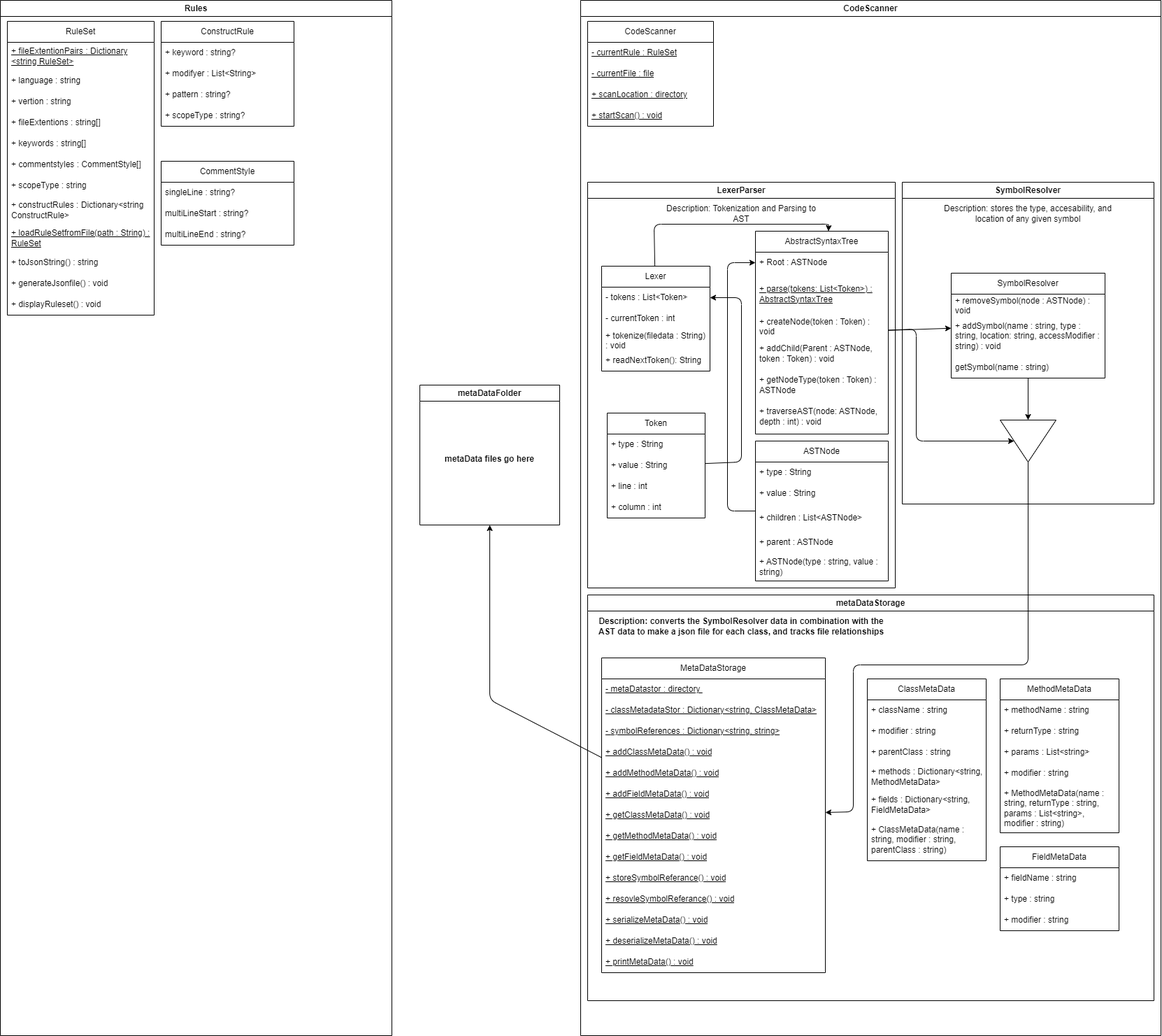
This is Diagram.drawio.png from ErikBarker/UML-Generator, a draw.io export, as it was before one commit. Source tidied: cells renumbered, new cells last; positions are measured from the earlier drawing's top-left corner, leaving out a move shared by most shapes.
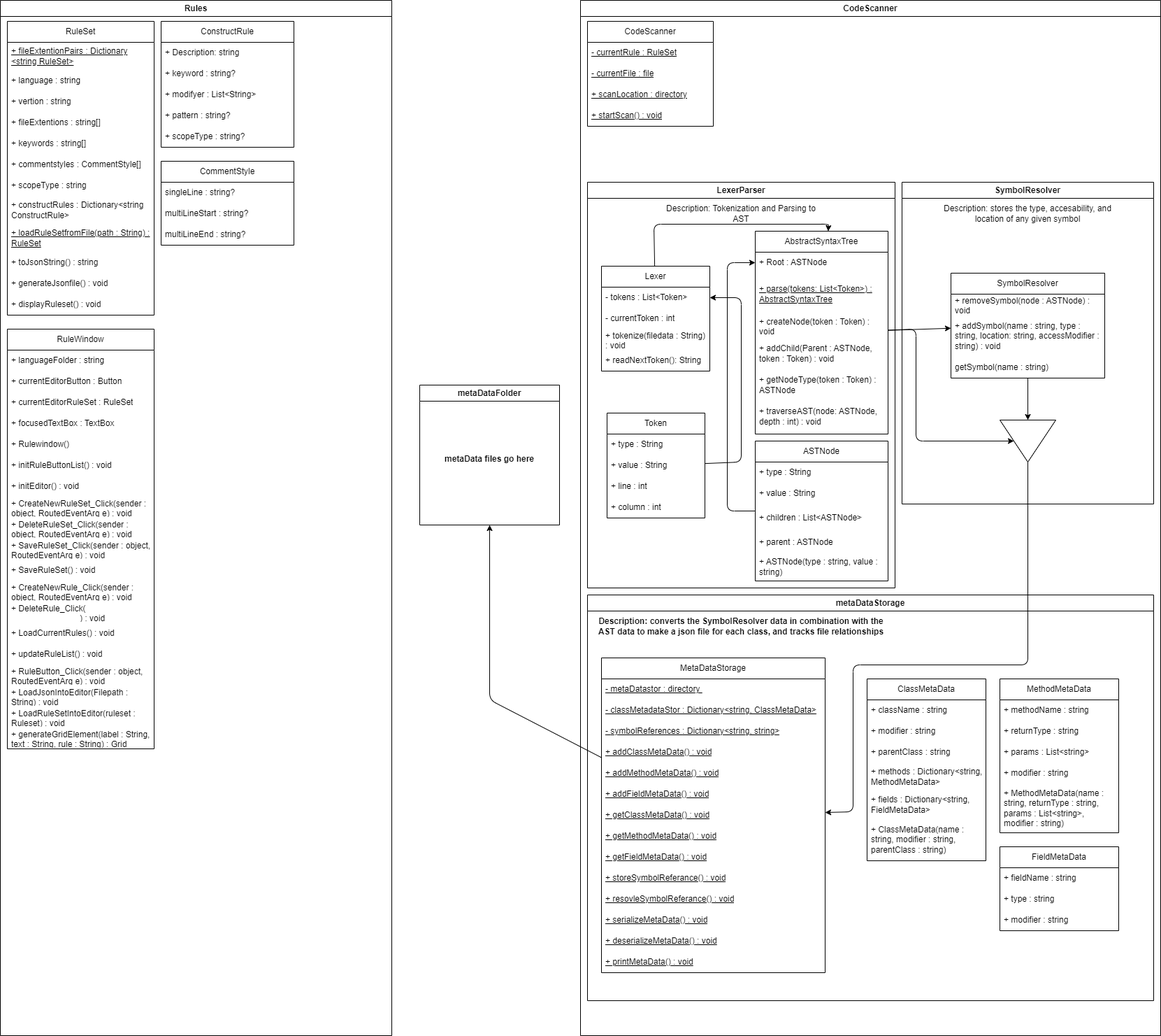
After the change.

Change to the diagram source:
```diff
@@ -321,19 +321,22 @@
       <mxGeometry y="390" width="210" height="30" as="geometry" />
     </mxCell>
     <mxCell id="98" value="ConstructRule" style="swimlane;fontStyle=0;horizontal=1;startSize=30;whiteSpace=wrap;html=1;" parent="84" vertex="1">
-      <mxGeometry x="230" y="30" width="190" height="150" as="geometry" />
+      <mxGeometry x="230" y="30" width="190" height="180" as="geometry" />
     </mxCell>
-    <mxCell id="99" value="+ keyword : string?" style="text;strokeColor=none;fillColor=none;align=left;verticalAlign=middle;spacingLeft=4;spacingRight=4;overflow=hidden;whiteSpace=wrap;html=1;" parent="98" vertex="1">
+    <mxCell id="99" value="+ Description: string" style="text;strokeColor=none;fillColor=none;align=left;verticalAlign=middle;spacingLeft=4;spacingRight=4;overflow=hidden;whiteSpace=wrap;html=1;" parent="98" vertex="1">
       <mxGeometry y="30" width="190" height="30" as="geometry" />
     </mxCell>
+    <mxCell id="107" value="+ keyword : string?" style="text;strokeColor=none;fillColor=none;align=left;verticalAlign=middle;spacingLeft=4;spacingRight=4;overflow=hidden;whiteSpace=wrap;html=1;" parent="98" vertex="1">
+      <mxGeometry y="60" width="190" height="30" as="geometry" />
+    </mxCell>
     <mxCell id="100" value="+ modifyer : List&amp;lt;String&amp;gt;" style="text;strokeColor=none;fillColor=none;align=left;verticalAlign=middle;spacingLeft=4;spacingRight=4;overflow=hidden;whiteSpace=wrap;html=1;" parent="98" vertex="1">
-      <mxGeometry y="60" width="190" height="30" as="geometry" />
+      <mxGeometry y="90" width="190" height="30" as="geometry" />
     </mxCell>
     <mxCell id="101" value="+ pattern : string?" style="text;strokeColor=none;fillColor=none;align=left;verticalAlign=middle;spacingLeft=4;spacingRight=4;overflow=hidden;whiteSpace=wrap;html=1;" parent="98" vertex="1">
-      <mxGeometry y="90" width="190" height="30" as="geometry" />
+      <mxGeometry y="120" width="190" height="30" as="geometry" />
     </mxCell>
     <mxCell id="102" value="+ scopeType : string?" style="text;strokeColor=none;fillColor=none;align=left;verticalAlign=middle;spacingLeft=4;spacingRight=4;overflow=hidden;whiteSpace=wrap;html=1;" parent="98" vertex="1">
-      <mxGeometry y="120" width="190" height="30" as="geometry" />
+      <mxGeometry y="150" width="190" height="30" as="geometry" />
     </mxCell>
     <mxCell id="103" value="CommentStyle" style="swimlane;fontStyle=0;horizontal=1;startSize=30;whiteSpace=wrap;html=1;" parent="84" vertex="1">
       <mxGeometry x="230" y="230" width="190" height="120" as="geometry" />
@@ -347,5 +350,65 @@
     <mxCell id="106" value="multiLineEnd : string?" style="text;strokeColor=none;fillColor=none;align=left;verticalAlign=middle;spacingLeft=4;spacingRight=4;overflow=hidden;whiteSpace=wrap;html=1;" parent="103" vertex="1">
       <mxGeometry y="90" width="190" height="30" as="geometry" />
     </mxCell>
+    <mxCell id="108" value="RuleWindow" style="swimlane;fontStyle=0;horizontal=1;startSize=30;whiteSpace=wrap;html=1;" parent="84" vertex="1">
+      <mxGeometry x="10" y="470" width="210" height="600" as="geometry" />
+    </mxCell>
+    <mxCell id="109" value="+ languageFolder : string" style="text;strokeColor=none;fillColor=none;align=left;verticalAlign=middle;spacingLeft=4;spacingRight=4;overflow=hidden;whiteSpace=wrap;html=1;" parent="108" vertex="1">
+      <mxGeometry y="30" width="210" height="30" as="geometry" />
+    </mxCell>
+    <mxCell id="110" value="+ currentEditorButton : Button" style="text;strokeColor=none;fillColor=none;align=left;verticalAlign=middle;spacingLeft=4;spacingRight=4;overflow=hidden;whiteSpace=wrap;html=1;" parent="108" vertex="1">
+      <mxGeometry y="60" width="210" height="30" as="geometry" />
+    </mxCell>
+    <mxCell id="111" value="+ currentEditorRuleSet : RuleSet" style="text;strokeColor=none;fillColor=none;align=left;verticalAlign=middle;spacingLeft=4;spacingRight=4;overflow=hidden;whiteSpace=wrap;html=1;" parent="108" vertex="1">
+      <mxGeometry y="90" width="210" height="30" as="geometry" />
+    </mxCell>
+    <mxCell id="112" value="+ focusedTextBox : TextBox" style="text;strokeColor=none;fillColor=none;align=left;verticalAlign=middle;spacingLeft=4;spacingRight=4;overflow=hidden;whiteSpace=wrap;html=1;" parent="108" vertex="1">
+      <mxGeometry y="120" width="210" height="30" as="geometry" />
+    </mxCell>
+    <mxCell id="113" value="+ Rulewindow()" style="text;strokeColor=none;fillColor=none;align=left;verticalAlign=middle;spacingLeft=4;spacingRight=4;overflow=hidden;whiteSpace=wrap;html=1;" parent="108" vertex="1">
+      <mxGeometry y="150" width="210" height="30" as="geometry" />
+    </mxCell>
+    <mxCell id="114" value="+ initRuleButtonList() : void" style="text;strokeColor=none;fillColor=none;align=left;verticalAlign=middle;spacingLeft=4;spacingRight=4;overflow=hidden;whiteSpace=wrap;html=1;" parent="108" vertex="1">
+      <mxGeometry y="180" width="210" height="30" as="geometry" />
+    </mxCell>
+    <mxCell id="115" value="+ initEditor() : void" style="text;strokeColor=none;fillColor=none;align=left;verticalAlign=middle;spacingLeft=4;spacingRight=4;overflow=hidden;whiteSpace=wrap;html=1;" parent="108" vertex="1">
+      <mxGeometry y="210" width="210" height="30" as="geometry" />
+    </mxCell>
+    <mxCell id="116" value="&lt;font&gt;+ CreateNewRuleSet_Click(sender : object, RoutedEventArg e) : void&lt;/font&gt;" style="text;strokeColor=none;fillColor=none;align=left;verticalAlign=middle;spacingLeft=4;spacingRight=4;overflow=hidden;whiteSpace=wrap;html=1;" parent="108" vertex="1">
+      <mxGeometry y="240" width="210" height="30" as="geometry" />
+    </mxCell>
+    <mxCell id="117" value="&lt;font style=&quot;color: light-dark(rgb(0, 0, 0), rgb(255, 255, 255));&quot;&gt;+ DeleteRuleSet_Click(&lt;span&gt;sender : object, RoutedEventArg e&lt;/span&gt;) : void&lt;/font&gt;" style="text;strokeColor=none;fillColor=none;align=left;verticalAlign=middle;spacingLeft=4;spacingRight=4;overflow=hidden;whiteSpace=wrap;html=1;" parent="108" vertex="1">
+      <mxGeometry y="270" width="210" height="30" as="geometry" />
+    </mxCell>
+    <mxCell id="118" value="&lt;font style=&quot;color: light-dark(rgb(0, 0, 0), rgb(255, 255, 255));&quot;&gt;+ SaveRuleSet_Click(sender : object, RoutedEventArg e) : void&lt;/font&gt;" style="text;strokeColor=none;fillColor=none;align=left;verticalAlign=middle;spacingLeft=4;spacingRight=4;overflow=hidden;whiteSpace=wrap;html=1;" parent="108" vertex="1">
+      <mxGeometry y="300" width="210" height="30" as="geometry" />
+    </mxCell>
+    <mxCell id="119" value="+ SaveRuleSet() : void" style="text;strokeColor=none;fillColor=none;align=left;verticalAlign=middle;spacingLeft=4;spacingRight=4;overflow=hidden;whiteSpace=wrap;html=1;" parent="108" vertex="1">
+      <mxGeometry y="330" width="210" height="30" as="geometry" />
+    </mxCell>
+    <mxCell id="120" value="&lt;font style=&quot;color: light-dark(rgb(0, 0, 0), rgb(255, 255, 255));&quot;&gt;+ CreateNewRule_Click(&lt;span&gt;sender : object, RoutedEventArg e&lt;/span&gt;) : void&lt;/font&gt;" style="text;strokeColor=none;fillColor=none;align=left;verticalAlign=middle;spacingLeft=4;spacingRight=4;overflow=hidden;whiteSpace=wrap;html=1;" parent="108" vertex="1">
+      <mxGeometry y="360" width="210" height="30" as="geometry" />
+    </mxCell>
+    <mxCell id="121" value="+ DeleteRule_Click(&lt;span&gt;&lt;font style=&quot;color: light-dark(rgb(255, 255, 255), rgb(255, 255, 255));&quot;&gt;sender : object, RoutedEventArg e&lt;/font&gt;&lt;/span&gt;) : void" style="text;strokeColor=none;fillColor=none;align=left;verticalAlign=middle;spacingLeft=4;spacingRight=4;overflow=hidden;whiteSpace=wrap;html=1;" parent="108" vertex="1">
+      <mxGeometry y="390" width="210" height="30" as="geometry" />
+    </mxCell>
+    <mxCell id="122" value="+ LoadCurrentRules() : void" style="text;strokeColor=none;fillColor=none;align=left;verticalAlign=middle;spacingLeft=4;spacingRight=4;overflow=hidden;whiteSpace=wrap;html=1;" parent="108" vertex="1">
+      <mxGeometry y="420" width="210" height="30" as="geometry" />
+    </mxCell>
+    <mxCell id="123" value="+ updateRuleList() : void" style="text;strokeColor=none;fillColor=none;align=left;verticalAlign=middle;spacingLeft=4;spacingRight=4;overflow=hidden;whiteSpace=wrap;html=1;" parent="108" vertex="1">
+      <mxGeometry y="450" width="210" height="30" as="geometry" />
+    </mxCell>
+    <mxCell id="124" value="+ RuleButton_Click&lt;span style=&quot;font-family: monospace; font-size: 0px; text-wrap-mode: nowrap;&quot;&gt;%3CmxGraphModel%3E%3Croot%3E%3CmxCell%20id%3D%220%22%2F%3E%3CmxCell%20id%3D%221%22%20parent%3D%220%22%2F%3E%3CmxCell%20id%3D%222%22%20value%3D%22%2B%20updateRuleList()%20%3A%20void%22%20style%3D%22text%3BstrokeColor%3Dnone%3BfillColor%3Dnone%3Balign%3Dleft%3BverticalAlign%3Dmiddle%3BspacingLeft%3D4%3BspacingRight%3D4%3Boverflow%3Dhidden%3Bpoints%3D%5B%5B0%2C0.5%5D%2C%5B1%2C0.5%5D%5D%3BportConstraint%3Deastwest%3Brotatable%3D0%3BwhiteSpace%3Dwrap%3Bhtml%3D1%3B%22%20vertex%3D%221%22%20parent%3D%221%22%3E%3CmxGeometry%20x%3D%22-810%22%20y%3D%22930%22%20width%3D%22210%22%20height%3D%2230%22%20as%3D%22geometry%22%2F%3E%3C%2FmxCell%3E%3C%2Froot%3E%3C%2FmxGraphModel%3E&lt;/span&gt;(sender : object, RoutedEventArg e) : void" style="text;strokeColor=none;fillColor=none;align=left;verticalAlign=middle;spacingLeft=4;spacingRight=4;overflow=hidden;whiteSpace=wrap;html=1;" parent="108" vertex="1">
+      <mxGeometry y="480" width="210" height="30" as="geometry" />
+    </mxCell>
+    <mxCell id="125" value="+ LoadJsonIntoEditor(Filepath : String) : void" style="text;strokeColor=none;fillColor=none;align=left;verticalAlign=middle;spacingLeft=4;spacingRight=4;overflow=hidden;whiteSpace=wrap;html=1;" parent="108" vertex="1">
+      <mxGeometry y="510" width="210" height="30" as="geometry" />
+    </mxCell>
+    <mxCell id="126" value="+ LoadRuleSet&lt;span style=&quot;font-family: monospace; font-size: 0px; text-wrap-mode: nowrap;&quot;&gt;%3CmxGraphModel%3E%3Croot%3E%3CmxCell%20id%3D%220%22%2F%3E%3CmxCell%20id%3D%221%22%20parent%3D%220%22%2F%3E%3CmxCell%20id%3D%222%22%20value%3D%22%2B%20LoadJsonIntoEditor()%20%3A%20void%22%20style%3D%22text%3BstrokeColor%3Dnone%3BfillColor%3Dnone%3Balign%3Dleft%3BverticalAlign%3Dmiddle%3BspacingLeft%3D4%3BspacingRight%3D4%3Boverflow%3Dhidden%3Bpoints%3D%5B%5B0%2C0.5%5D%2C%5B1%2C0.5%5D%5D%3BportConstraint%3Deastwest%3Brotatable%3D0%3BwhiteSpace%3Dwrap%3Bhtml%3D1%3B%22%20vertex%3D%221%22%20parent%3D%221%22%3E%3CmxGeometry%20x%3D%22-810%22%20y%3D%22990%22%20width%3D%22210%22%20height%3D%2230%22%20as%3D%22geometry%22%2F%3E%3C%2FmxCell%3E%3C%2Froot%3E%3C%2FmxGraphModel%3E&lt;/span&gt;IntoEditor(ruleset : Ruleset) : void" style="text;strokeColor=none;fillColor=none;align=left;verticalAlign=middle;spacingLeft=4;spacingRight=4;overflow=hidden;whiteSpace=wrap;html=1;" parent="108" vertex="1">
+      <mxGeometry y="540" width="210" height="30" as="geometry" />
+    </mxCell>
+    <mxCell id="127" value="+ generateGridElement(label : String, text : String, rule : String) : Grid" style="text;strokeColor=none;fillColor=none;align=left;verticalAlign=middle;spacingLeft=4;spacingRight=4;overflow=hidden;whiteSpace=wrap;html=1;" parent="108" vertex="1">
+      <mxGeometry y="570" width="210" height="30" as="geometry" />
+    </mxCell>
   </root>
 </mxGraphModel>
```
